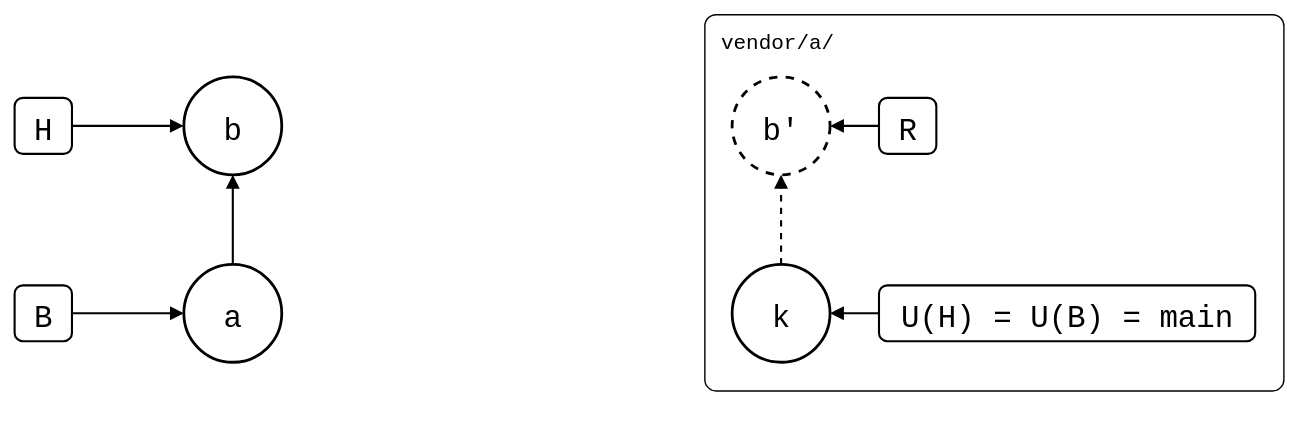
This is test/scenarios/03-branches-and-teamwork/02-feature-branch-from-main/feature-branch-from-main.drawio.svg from roschaefer/git-splice, a draw.io export, as it was before one commit. Source tidied: cells renumbered, new cells last; positions are measured from the earlier drawing's top-left corner, leaving out a move shared by most shapes. Source of this version:
```xml
<mxGraphModel background="#ffffff">
  <root>
    <mxCell id="0" />
    <mxCell id="1" parent="0" />
    <mxCell id="2" value="vendor/a/" style="rounded=1;arcSize=3;fillColor=none;strokeWidth=1;fontSize=15;verticalAlign=top;align=left;spacingLeft=10;spacingTop=4;fontFamily=Roboto Mono,monospace;" parent="1" vertex="1">
      <mxGeometry x="493" width="414" height="269" as="geometry" />
    </mxCell>
    <mxCell id="3" value="a" style="ellipse;strokeWidth=2;fontSize=22;fontFamily=Roboto Mono,monospace;" parent="1" vertex="1">
      <mxGeometry x="121" y="179" width="70" height="70" as="geometry" />
    </mxCell>
    <mxCell id="4" value="b" style="ellipse;strokeWidth=2;fontSize=22;fontFamily=Roboto Mono,monospace;" parent="1" vertex="1">
      <mxGeometry x="121" y="45" width="70" height="70" as="geometry" />
    </mxCell>
    <mxCell id="5" value="k" style="ellipse;strokeWidth=2;fontSize=22;fontFamily=Roboto Mono,monospace;" parent="1" vertex="1">
      <mxGeometry x="513" y="179" width="70" height="70" as="geometry" />
    </mxCell>
    <mxCell id="6" value="b'" style="ellipse;strokeWidth=2;fontSize=22;fontFamily=Roboto Mono,monospace;dashed=1;" parent="1" vertex="1">
      <mxGeometry x="513" y="45" width="70" height="70" as="geometry" />
    </mxCell>
    <mxCell id="7" value="H" style="rounded=1;strokeWidth=1.5;fontSize=22;fontFamily=Roboto Mono,monospace;" parent="1" vertex="1">
      <mxGeometry y="60" width="41" height="40" as="geometry" />
    </mxCell>
    <mxCell id="8" style="endArrow=block;endFill=1;html=1;strokeWidth=1.5;rounded=0;" parent="1" edge="1" source="7" target="4">
      <mxGeometry relative="1" as="geometry" />
    </mxCell>
    <mxCell id="9" value="B" style="rounded=1;strokeWidth=1.5;fontSize=22;fontFamily=Roboto Mono,monospace;" parent="1" vertex="1">
      <mxGeometry y="194" width="41" height="40" as="geometry" />
    </mxCell>
    <mxCell id="10" style="endArrow=block;endFill=1;html=1;strokeWidth=1.5;rounded=0;" parent="1" edge="1" source="9" target="3">
      <mxGeometry relative="1" as="geometry" />
    </mxCell>
    <mxCell id="11" value="U(H) = U(B) = main" style="rounded=1;strokeWidth=1.5;fontSize=22;fontFamily=Roboto Mono,monospace;" parent="1" vertex="1">
      <mxGeometry x="618" y="194" width="269" height="40" as="geometry" />
    </mxCell>
    <mxCell id="12" style="endArrow=block;endFill=1;html=1;strokeWidth=1.5;rounded=0;" parent="1" edge="1" source="11" target="5">
      <mxGeometry relative="1" as="geometry" />
    </mxCell>
    <mxCell id="13" value="R" style="rounded=1;strokeWidth=1.5;fontSize=22;fontFamily=Roboto Mono,monospace;" parent="1" vertex="1">
      <mxGeometry x="618" y="60" width="41" height="40" as="geometry" />
    </mxCell>
    <mxCell id="14" style="endArrow=block;endFill=1;html=1;strokeWidth=1.5;rounded=0;" parent="1" edge="1" source="13" target="6">
      <mxGeometry relative="1" as="geometry" />
    </mxCell>
    <mxCell id="15" style="endArrow=block;endFill=1;html=1;strokeWidth=1.5;rounded=0;" parent="1" edge="1" source="3" target="4">
      <mxGeometry relative="1" as="geometry" />
    </mxCell>
    <mxCell id="16" style="endArrow=block;endFill=1;html=1;strokeWidth=1.5;rounded=0;dashed=1;" parent="1" edge="1" source="5" target="6">
      <mxGeometry relative="1" as="geometry" />
    </mxCell>
  </root>
</mxGraphModel>
```
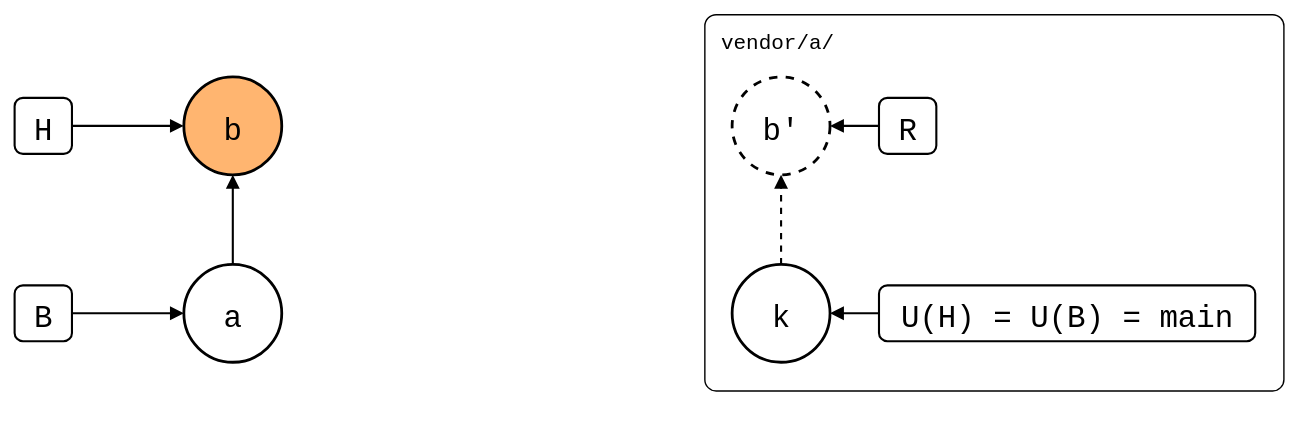
The same file after the commit.

The edit, as a diff of the source:
```diff
@@ -8,7 +8,7 @@
     <mxCell id="3" value="a" style="ellipse;strokeWidth=2;fontSize=22;fontFamily=Roboto Mono,monospace;" parent="1" vertex="1">
       <mxGeometry x="121" y="179" width="70" height="70" as="geometry" />
     </mxCell>
-    <mxCell id="4" value="b" style="ellipse;strokeWidth=2;fontSize=22;fontFamily=Roboto Mono,monospace;" parent="1" vertex="1">
+    <mxCell id="4" value="b" style="ellipse;strokeWidth=2;fontSize=22;fontFamily=Roboto Mono,monospace;fillColor=#FFB570;" parent="1" vertex="1">
       <mxGeometry x="121" y="45" width="70" height="70" as="geometry" />
     </mxCell>
     <mxCell id="5" value="k" style="ellipse;strokeWidth=2;fontSize=22;fontFamily=Roboto Mono,monospace;" parent="1" vertex="1">
```
